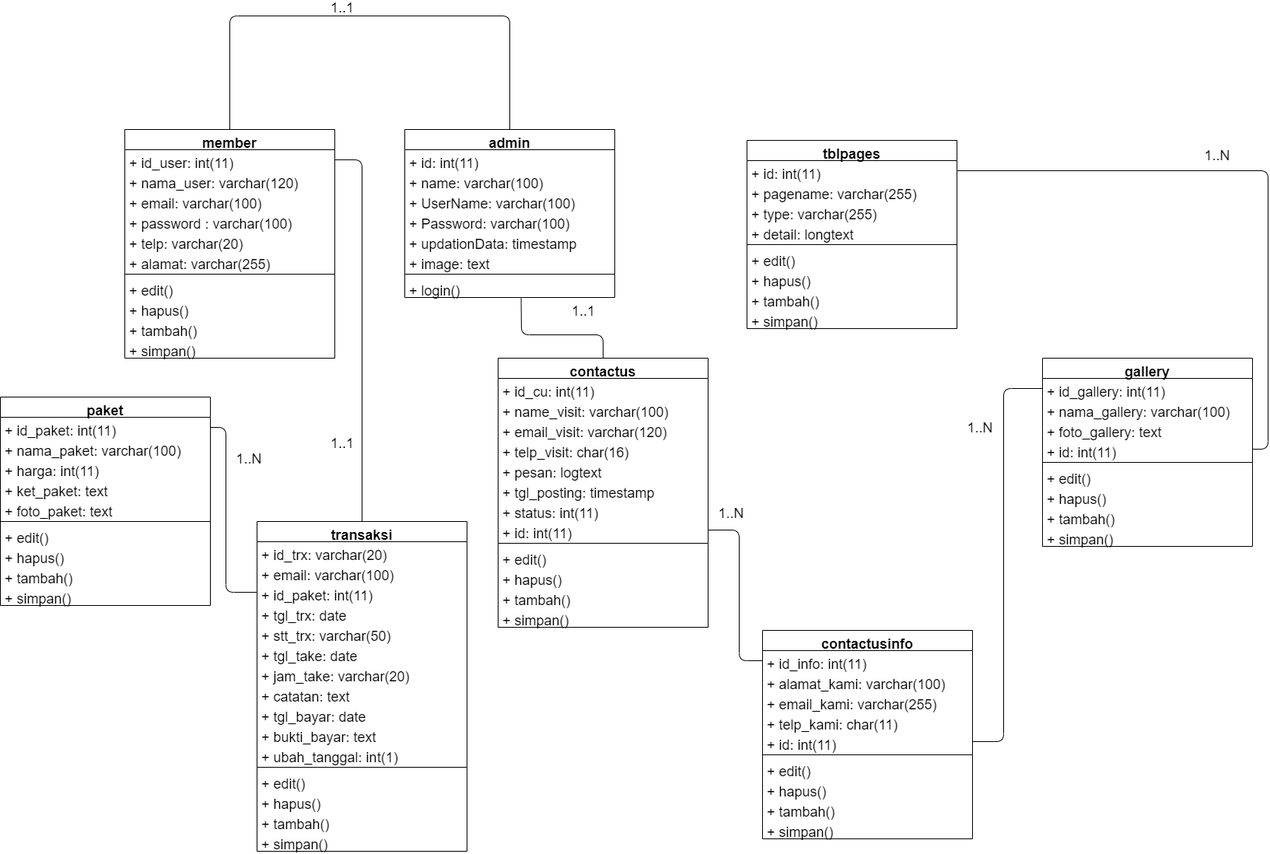
Khairul122/JK-WebPemesananJasaFotografer-ED keeps this draw.io diagram as SKRIPSI TARMIZI MAULANA/ARSIP/CLASS DIAGRAM/DIAGRAM SKIRPSI TARMIZI MAULANA-CLASS DIAGRAM.png. Above is the earlier version. Source tidied: cells renumbered, new cells last; positions are measured from the earlier drawing's top-left corner, leaving out a move shared by most shapes.
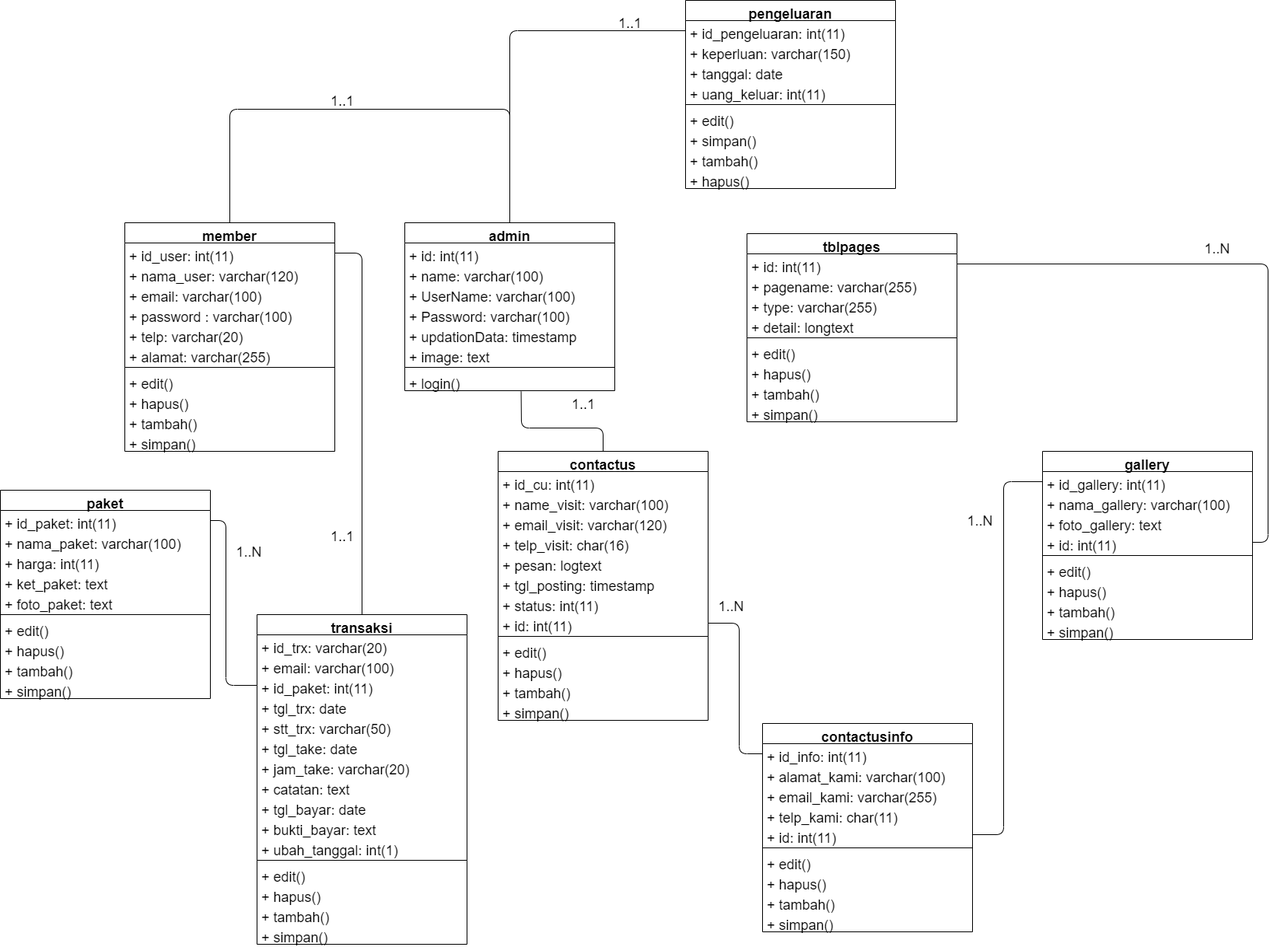
Above is the later version.

Diff of the diagram source:
```diff
@@ -360,5 +360,45 @@
     <mxCell id="109" value="&lt;font style=&quot;font-size: 18px;&quot;&gt;1..1&lt;/font&gt;" style="text;html=1;strokeColor=none;fillColor=none;align=center;verticalAlign=middle;whiteSpace=wrap;rounded=0;fontSize=18;" parent="1" vertex="1">
       <mxGeometry x="420" width="40" height="20" as="geometry" />
     </mxCell>
+    <mxCell id="110" value="pengeluaran" style="swimlane;fontStyle=1;align=center;verticalAlign=top;horizontal=1;startSize=26;fontSize=18;" parent="1" vertex="1">
+      <mxGeometry x="881" y="-120" width="270" height="242" as="geometry" />
+    </mxCell>
+    <mxCell id="111" value="+ id_pengeluaran: int(11)" style="text;align=left;verticalAlign=top;spacingLeft=4;spacingRight=4;overflow=hidden;points=[[0,0.5],[1,0.5]];portConstraint=eastwest;fontSize=18;" parent="110" vertex="1">
+      <mxGeometry y="26" width="270" height="26" as="geometry" />
+    </mxCell>
+    <mxCell id="112" value="+ keperluan: varchar(150)" style="text;align=left;verticalAlign=top;spacingLeft=4;spacingRight=4;overflow=hidden;fontSize=18;" parent="110" vertex="1">
+      <mxGeometry y="52" width="270" height="26" as="geometry" />
+    </mxCell>
+    <mxCell id="113" value="+ tanggal: date" style="text;align=left;verticalAlign=top;spacingLeft=4;spacingRight=4;overflow=hidden;fontSize=18;" parent="110" vertex="1">
+      <mxGeometry y="78" width="270" height="26" as="geometry" />
+    </mxCell>
+    <mxCell id="114" value="+ uang_keluar: int(11)" style="text;align=left;verticalAlign=top;spacingLeft=4;spacingRight=4;overflow=hidden;fontSize=18;" parent="110" vertex="1">
+      <mxGeometry y="104" width="270" height="26" as="geometry" />
+    </mxCell>
+    <mxCell id="115" style="line;strokeWidth=1;align=left;verticalAlign=middle;spacingTop=-1;spacingLeft=3;spacingRight=3;labelPosition=right;fontSize=18;" parent="110" vertex="1">
+      <mxGeometry y="130" width="270" height="8" as="geometry" />
+    </mxCell>
+    <mxCell id="116" value="+ edit()&#10;" style="text;align=left;verticalAlign=top;spacingLeft=4;spacingRight=4;overflow=hidden;fontSize=18;" parent="110" vertex="1">
+      <mxGeometry y="138" width="270" height="26" as="geometry" />
+    </mxCell>
+    <mxCell id="117" value="+ simpan()" style="text;align=left;verticalAlign=top;spacingLeft=4;spacingRight=4;overflow=hidden;fontSize=18;" parent="110" vertex="1">
+      <mxGeometry y="164" width="270" height="26" as="geometry" />
+    </mxCell>
+    <mxCell id="118" value="+ tambah()" style="text;align=left;verticalAlign=top;spacingLeft=4;spacingRight=4;overflow=hidden;fontSize=18;" parent="110" vertex="1">
+      <mxGeometry y="190" width="270" height="26" as="geometry" />
+    </mxCell>
+    <mxCell id="119" value="+ hapus()" style="text;align=left;verticalAlign=top;spacingLeft=4;spacingRight=4;overflow=hidden;fontSize=18;" parent="110" vertex="1">
+      <mxGeometry y="216" width="270" height="26" as="geometry" />
+    </mxCell>
+    <mxCell id="120" style="endArrow=none;html=1;exitX=0.5;exitY=0;exitDx=0;exitDy=0;entryX=0;entryY=0.5;entryDx=0;entryDy=0;" parent="1" edge="1" source="2" target="111">
+      <mxGeometry relative="1" as="geometry">
+        <Array as="points">
+          <mxPoint x="655" y="-81" />
+        </Array>
+      </mxGeometry>
+    </mxCell>
+    <mxCell id="121" value="&lt;font style=&quot;font-size: 18px;&quot;&gt;1..1&lt;/font&gt;" style="text;html=1;strokeColor=none;fillColor=none;align=center;verticalAlign=middle;whiteSpace=wrap;rounded=0;fontSize=18;" parent="1" vertex="1">
+      <mxGeometry x="790" y="-100" width="40" height="20" as="geometry" />
+    </mxCell>
   </root>
 </mxGraphModel>
```
